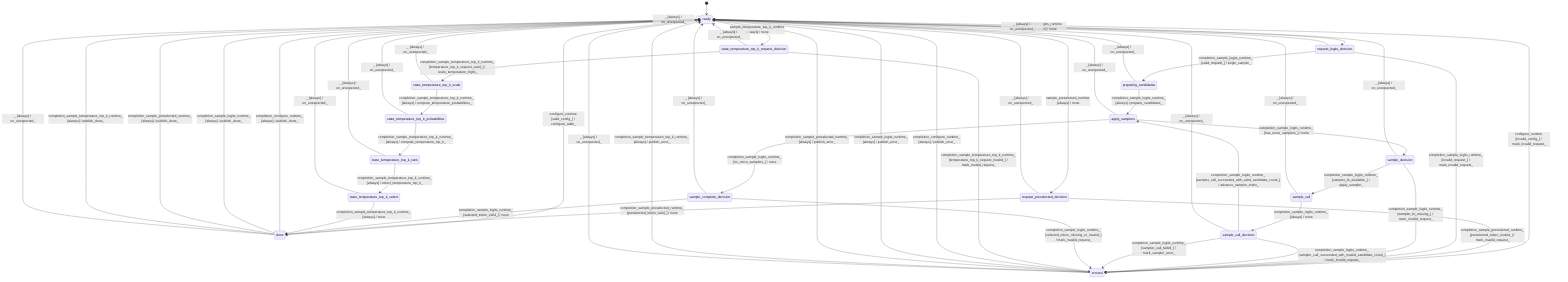
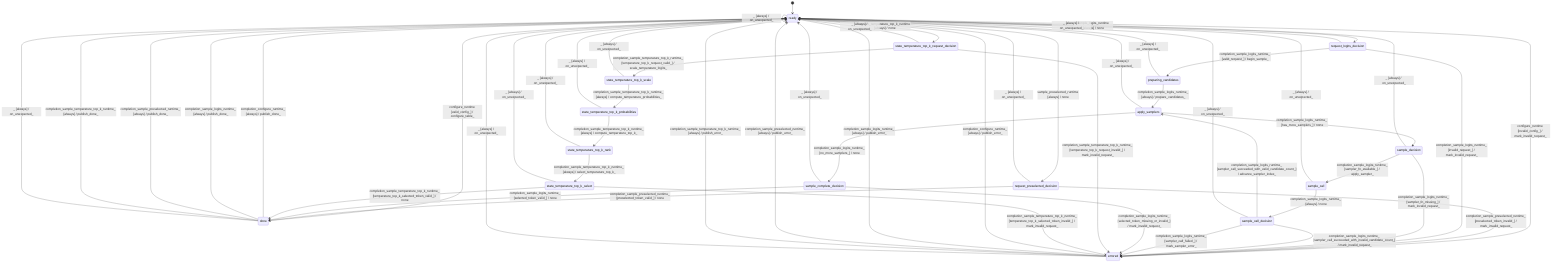
stateDiagram-v2
  direction TB
  [*] --> ready
  ready --> done : configure_runtime [valid_config_] / configure_table_
  ready --> errored : configure_runtime [invalid_config_] / mark_invalid_request_
  ready --> request_logits_decision : sample_logits_runtime [always] / none
  ready --> request_preselected_decision : sample_preselected_runtime [always] / none
  request_preselected_decision --> done : completion_sample_preselected_runtime_ [preselected_token_valid_] / none
  request_preselected_decision --> errored : completion_sample_preselected_runtime_ [preselected_token_invalid_] / mark_invalid_request_
  request_logits_decision --> preparing_candidates : completion_sample_logits_runtime_ [valid_request_] / begin_sample_
  request_logits_decision --> errored : completion_sample_logits_runtime_ [invalid_request_] / mark_invalid_request_
  preparing_candidates --> apply_samplers : completion_sample_logits_runtime_ [always] / prepare_candidates_
  apply_samplers --> sample_decision : completion_sample_logits_runtime_ [has_more_samplers_] / none
  apply_samplers --> sample_complete_decision : completion_sample_logits_runtime_ [no_more_samplers_] / none
  sample_decision --> sample_call : completion_sample_logits_runtime_ [sampler_fn_available_] / apply_sampler_
  sample_decision --> errored : completion_sample_logits_runtime_ [sampler_fn_missing_] / mark_invalid_request_
  sample_call --> sample_call_decision : completion_sample_logits_runtime_ [always] / none
  sample_call_decision --> apply_samplers : completion_sample_logits_runtime_ [sampler_call_succeeded_with_valid_candidate_count_] / advance_sampler_index_
  sample_call_decision --> errored : completion_sample_logits_runtime_ [sampler_call_succeeded_with_invalid_candidate_count_] / mark_invalid_request_
  sample_call_decision --> errored : completion_sample_logits_runtime_ [sampler_call_failed_] / mark_sampler_error_
  sample_complete_decision --> done : completion_sample_logits_runtime_ [selected_token_valid_] / none
  sample_complete_decision --> errored : completion_sample_logits_runtime_ [selected_token_missing_or_invalid_] / mark_invalid_request_
  ready --> state_temperature_top_k_request_decision : sample_temperature_top_k_runtime [always] / none
  state_temperature_top_k_request_decision --> state_temperature_top_k_scale : completion_sample_temperature_top_k_runtime_ [temperature_top_k_request_valid_] / scale_temperature_logits_
  state_temperature_top_k_request_decision --> errored : completion_sample_temperature_top_k_runtime_ [temperature_top_k_request_invalid_] / mark_invalid_request_
  state_temperature_top_k_scale --> state_temperature_top_k_probabilities : completion_sample_temperature_top_k_runtime_ [always] / compute_temperature_probabilities_
  state_temperature_top_k_probabilities --> state_temperature_top_k_rank : completion_sample_temperature_top_k_runtime_ [always] / compute_temperature_top_k_
  state_temperature_top_k_rank --> state_temperature_top_k_select : completion_sample_temperature_top_k_runtime_ [always] / select_temperature_top_k_
-   state_temperature_top_k_select --> done : completion_sample_temperature_top_k_runtime_ [always] / none
+   state_temperature_top_k_select --> done : completion_sample_temperature_top_k_runtime_ [temperature_top_k_selected_token_valid_] / none
+   state_temperature_top_k_select --> errored : completion_sample_temperature_top_k_runtime_ [temperature_top_k_selected_token_invalid_] / mark_invalid_request_
  done --> ready : completion_configure_runtime_ [always] / publish_done_
  errored --> ready : completion_configure_runtime_ [always] / publish_error_
  done --> ready : completion_sample_logits_runtime_ [always] / publish_done_
  errored --> ready : completion_sample_logits_runtime_ [always] / publish_error_
  done --> ready : completion_sample_preselected_runtime_ [always] / publish_done_
  errored --> ready : completion_sample_preselected_runtime_ [always] / publish_error_
  done --> ready : completion_sample_temperature_top_k_runtime_ [always] / publish_done_
  errored --> ready : completion_sample_temperature_top_k_runtime_ [always] / publish_error_
  ready --> ready : _ [always] / on_unexpected_
  request_logits_decision --> ready : _ [always] / on_unexpected_
  request_preselected_decision --> ready : _ [always] / on_unexpected_
  preparing_candidates --> ready : _ [always] / on_unexpected_
  apply_samplers --> ready : _ [always] / on_unexpected_
  sample_decision --> ready : _ [always] / on_unexpected_
  sample_call --> ready : _ [always] / on_unexpected_
  sample_call_decision --> ready : _ [always] / on_unexpected_
  sample_complete_decision --> ready : _ [always] / on_unexpected_
  state_temperature_top_k_request_decision --> ready : _ [always] / on_unexpected_
  state_temperature_top_k_scale --> ready : _ [always] / on_unexpected_
  state_temperature_top_k_probabilities --> ready : _ [always] / on_unexpected_
  state_temperature_top_k_rank --> ready : _ [always] / on_unexpected_
  state_temperature_top_k_select --> ready : _ [always] / on_unexpected_
  done --> ready : _ [always] / on_unexpected_
  errored --> ready : _ [always] / on_unexpected_
